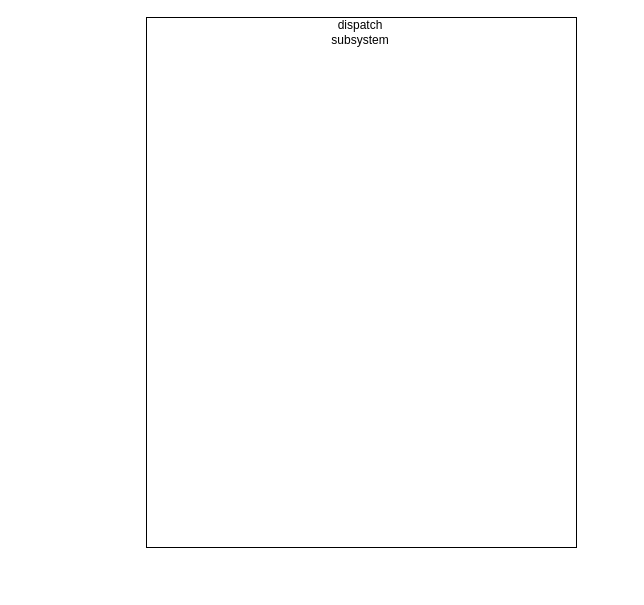
Earlier version of the draw.io diagram dispatch.drawio (Kari19/D1). Source tidied: cells renumbered, new cells numbered last; positions are measured from the earlier drawing's top-left corner, leaving out a move shared by most shapes. Both pictures are drawn from the tidied source at 100%, with x=0, y=0 at pixel (146, 17).
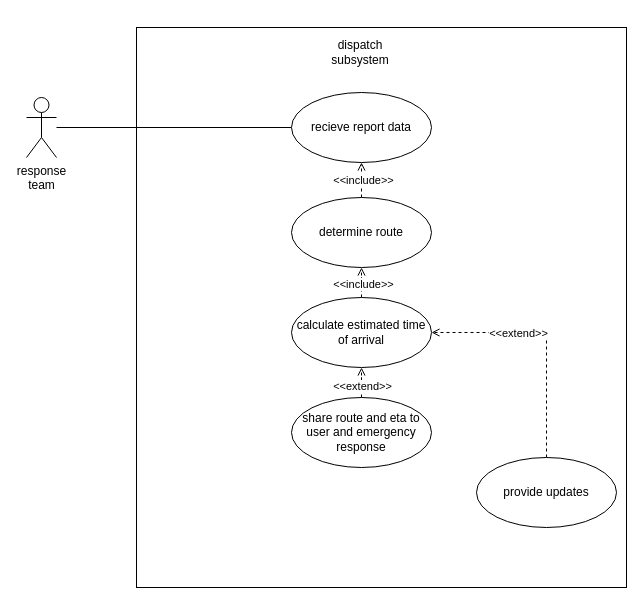
After the change.

What changed in the source:
```diff
@@
 <mxGraphModel>
   <root>
     <mxCell id="0" />
     <mxCell id="1" parent="0" />
     <mxCell id="2" style="rounded=0;whiteSpace=wrap;html=1;" parent="1" vertex="1">
-      <mxGeometry width="430" height="530" as="geometry" />
+      <mxGeometry x="-10" y="10" width="490" height="560" as="geometry" />
     </mxCell>
     <mxCell id="3" value="&lt;div&gt;dispatch subsystem&lt;/div&gt;" style="text;html=1;align=center;verticalAlign=middle;whiteSpace=wrap;rounded=0;" parent="1" vertex="1">
-      <mxGeometry x="184" width="60" height="30" as="geometry" />
+      <mxGeometry x="184" y="20" width="60" height="30" as="geometry" />
     </mxCell>
+    <mxCell id="4" style="edgeStyle=orthogonalEdgeStyle;rounded=0;jettySize=auto;html=1;entryX=0;entryY=0.5;entryDx=0;entryDy=0;endArrow=none;startFill=0;" parent="1" edge="1" source="5" target="6">
+      <mxGeometry relative="1" as="geometry" />
+    </mxCell>
+    <mxCell id="5" value="&lt;div&gt;response&lt;/div&gt;&lt;div&gt;team&lt;/div&gt;" style="shape=umlActor;verticalLabelPosition=bottom;verticalAlign=top;html=1;outlineConnect=0;" parent="1" vertex="1">
+      <mxGeometry x="-120" y="80" width="30" height="60" as="geometry" />
+    </mxCell>
+    <mxCell id="6" value="recieve report data" style="ellipse;whiteSpace=wrap;html=1;" parent="1" vertex="1">
+      <mxGeometry x="145" y="75" width="140" height="70" as="geometry" />
+    </mxCell>
+    <mxCell id="7" style="edgeStyle=orthogonalEdgeStyle;rounded=0;jettySize=auto;html=1;endArrow=open;endFill=0;dashed=1;" parent="1" edge="1" source="9" target="6">
+      <mxGeometry relative="1" as="geometry" />
+    </mxCell>
+    <mxCell id="8" value="&amp;lt;&amp;lt;include&amp;gt;&amp;gt;" style="edgeLabel;html=1;align=center;verticalAlign=middle;" parent="7" vertex="1">
+      <mxGeometry x="0.24" y="-1" relative="1" as="geometry" />
+    </mxCell>
+    <mxCell id="9" value="determine route" style="ellipse;whiteSpace=wrap;html=1;" parent="1" vertex="1">
+      <mxGeometry x="145" y="180" width="140" height="70" as="geometry" />
+    </mxCell>
+    <mxCell id="10" style="edgeStyle=orthogonalEdgeStyle;rounded=0;jettySize=auto;html=1;endArrow=open;endFill=0;dashed=1;" parent="1" edge="1" source="12" target="9">
+      <mxGeometry relative="1" as="geometry" />
+    </mxCell>
+    <mxCell id="11" value="&amp;lt;&amp;lt;include&amp;gt;&amp;gt;" style="edgeLabel;html=1;align=center;verticalAlign=middle;" parent="10" vertex="1">
+      <mxGeometry x="0.36" y="-1" relative="1" as="geometry" />
+    </mxCell>
+    <mxCell id="12" value="calculate estimated time of arrival" style="ellipse;whiteSpace=wrap;html=1;" parent="1" vertex="1">
+      <mxGeometry x="145" y="280" width="140" height="70" as="geometry" />
+    </mxCell>
+    <mxCell id="13" style="edgeStyle=orthogonalEdgeStyle;rounded=0;jettySize=auto;html=1;endArrow=open;endFill=0;dashed=1;" parent="1" edge="1" source="15" target="12">
+      <mxGeometry relative="1" as="geometry" />
+    </mxCell>
+    <mxCell id="14" value="&amp;lt;&amp;lt;extend&amp;gt;&amp;gt;" style="edgeLabel;html=1;align=center;verticalAlign=middle;" parent="13" vertex="1">
+      <mxGeometry x="0.28" relative="1" as="geometry" />
+    </mxCell>
+    <mxCell id="15" value="share route and eta to user and emergency response" style="ellipse;whiteSpace=wrap;html=1;" parent="1" vertex="1">
+      <mxGeometry x="145" y="380" width="140" height="70" as="geometry" />
+    </mxCell>
+    <mxCell id="16" style="edgeStyle=orthogonalEdgeStyle;rounded=0;jettySize=auto;html=1;endArrow=open;endFill=0;dashed=1;entryX=1;entryY=0.5;entryDx=0;entryDy=0;exitX=0.5;exitY=0;exitDx=0;exitDy=0;" parent="1" edge="1" source="18" target="12">
+      <mxGeometry relative="1" as="geometry" />
+    </mxCell>
+    <mxCell id="17" value="&amp;lt;&amp;lt;extend&amp;gt;&amp;gt;" style="edgeLabel;html=1;align=center;verticalAlign=middle;" parent="16" vertex="1">
+      <mxGeometry x="0.28" relative="1" as="geometry" />
+    </mxCell>
+    <mxCell id="18" value="provide updates" style="ellipse;whiteSpace=wrap;html=1;" parent="1" vertex="1">
+      <mxGeometry x="330" y="440" width="140" height="70" as="geometry" />
+    </mxCell>
   </root>
 </mxGraphModel>
```
